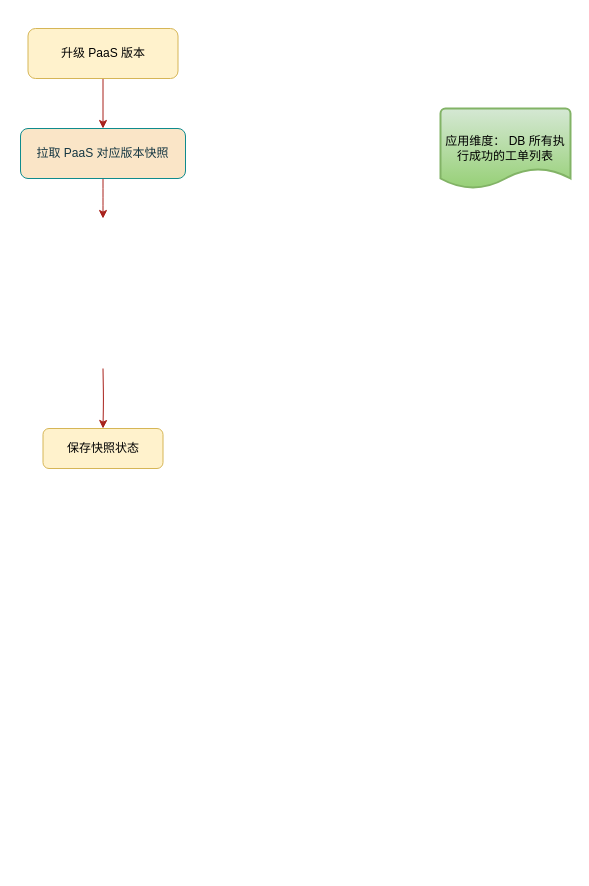
This is upgrade_paas_flow.drawio from Owenxh/docs, a draw.io file, before an edit. Source tidied: cells renumbered, new cells numbered last; positions are measured from the earlier drawing's top-left corner, leaving out a move shared by most shapes. Both pictures are drawn from the tidied source at 100%, with x=0, y=0 at pixel (20, 28).
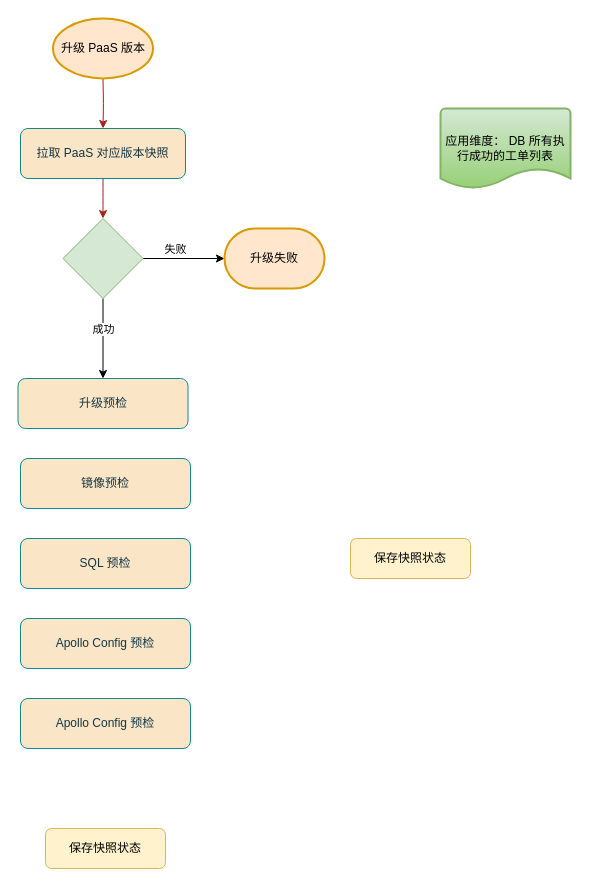
Above is the later version.

The change refers to these unchanged cells:
```xml
<mxCell id="4" value="拉取 PaaS 对应版本快照" style="rounded=1;whiteSpace=wrap;html=1;fontSize=12;glass=0;strokeWidth=1;shadow=0;fillColor=#FAE5C7;strokeColor=#0F8B8D;fontColor=#143642;" parent="1" vertex="1">
  <mxGeometry y="100" width="165" height="50" as="geometry" />
</mxCell>
```

The edit, as a diff of the source:
```diff
@@
     <mxCell id="2" value="保存快照状态" style="rounded=1;whiteSpace=wrap;html=1;fontSize=12;glass=0;strokeWidth=1;shadow=0;fillColor=#fff2cc;strokeColor=#d6b656;" parent="1" vertex="1">
-      <mxGeometry x="22.5" y="400" width="120" height="40" as="geometry" />
+      <mxGeometry x="25" y="800" width="120" height="40" as="geometry" />
     </mxCell>
@@
-    <mxCell id="5" style="edgeStyle=orthogonalEdgeStyle;curved=0;rounded=1;sketch=0;jettySize=auto;html=1;fontColor=#143642;strokeColor=#A8201A;fillColor=#FAE5C7;" parent="1" edge="1" target="2">
-      <mxGeometry relative="1" as="geometry">
-        <mxPoint x="82.5" y="340" as="sourcePoint" />
-      </mxGeometry>
-    </mxCell>
-    <mxCell id="6" style="edgeStyle=orthogonalEdgeStyle;curved=0;rounded=1;sketch=0;jettySize=auto;html=1;fontColor=#143642;strokeColor=#A8201A;fillColor=#FAE5C7;" parent="1" edge="1" source="7" target="4">
-      <mxGeometry relative="1" as="geometry" />
+    <mxCell id="6" style="edgeStyle=orthogonalEdgeStyle;curved=0;rounded=1;sketch=0;jettySize=auto;html=1;fontColor=#143642;strokeColor=#A8201A;fillColor=#FAE5C7;" parent="1" edge="1" target="4">
+      <mxGeometry relative="1" as="geometry">
+        <mxPoint x="82.5" y="50" as="sourcePoint" />
+      </mxGeometry>
     </mxCell>
+    <mxCell id="8" value="应用维度： DB 所有执行成功的工单列表" style="strokeWidth=2;html=1;shape=mxgraph.flowchart.document2;whiteSpace=wrap;size=0.25;rounded=0;sketch=0;fillColor=#d5e8d4;gradientColor=#97d077;strokeColor=#82b366;" parent="1" vertex="1">
+      <mxGeometry x="420" y="80" width="130" height="80" as="geometry" />
+    </mxCell>
+    <mxCell id="9" style="edgeStyle=orthogonalEdgeStyle;rounded=0;jettySize=auto;html=1;exitX=1;exitY=0.5;exitDx=0;exitDy=0;entryX=0;entryY=0.5;entryDx=0;entryDy=0;entryPerimeter=0;" parent="1" edge="1" source="13" target="14">
+      <mxGeometry relative="1" as="geometry" />
+    </mxCell>
+    <mxCell id="10" value="失败" style="edgeLabel;html=1;align=center;verticalAlign=middle;" parent="9" vertex="1">
+      <mxGeometry x="-0.23" y="-3" relative="1" as="geometry">
+        <mxPoint x="1" y="-13" as="offset" />
+      </mxGeometry>
+    </mxCell>
+    <mxCell id="11" style="edgeStyle=orthogonalEdgeStyle;rounded=0;jettySize=auto;html=1;" parent="1" edge="1" source="13" target="16">
+      <mxGeometry relative="1" as="geometry" />
+    </mxCell>
+    <mxCell id="12" value="成功" style="edgeLabel;html=1;align=center;verticalAlign=middle;" parent="11" vertex="1">
+      <mxGeometry x="0.09" y="-1" relative="1" as="geometry">
+        <mxPoint x="1" y="-14" as="offset" />
+      </mxGeometry>
+    </mxCell>
+    <mxCell id="13" style="rhombus;whiteSpace=wrap;html=1;fillColor=#d5e8d4;strokeColor=#82b366;" parent="1" vertex="1">
+      <mxGeometry x="42.5" y="190" width="80" height="80" as="geometry" />
+    </mxCell>
-    <mxCell id="7" value="升级 PaaS 版本" style="rounded=1;whiteSpace=wrap;html=1;fontSize=12;glass=0;strokeWidth=1;shadow=0;fillColor=#fff2cc;strokeColor=#d6b656;" parent="1" vertex="1">
-      <mxGeometry x="7.5" width="150" height="50" as="geometry" />
+    <mxCell id="7" value="升级 PaaS 版本" style="strokeWidth=2;html=1;shape=mxgraph.flowchart.start_1;whiteSpace=wrap;fillColor=#ffe6cc;strokeColor=#d79b00;" parent="1" vertex="1">
+      <mxGeometry x="32.5" y="-10" width="100" height="60" as="geometry" />
     </mxCell>
-    <mxCell id="8" value="应用维度： DB 所有执行成功的工单列表" style="strokeWidth=2;html=1;shape=mxgraph.flowchart.document2;whiteSpace=wrap;size=0.25;rounded=0;sketch=0;fillColor=#d5e8d4;gradientColor=#97d077;strokeColor=#82b366;" parent="1" vertex="1">
-      <mxGeometry x="420" y="80" width="130" height="80" as="geometry" />
-    </mxCell>
+    <mxCell id="14" value="升级失败" style="strokeWidth=2;html=1;shape=mxgraph.flowchart.terminator;whiteSpace=wrap;fillColor=#ffe6cc;strokeColor=#d79b00;" parent="1" vertex="1">
+      <mxGeometry x="204" y="200" width="100" height="60" as="geometry" />
+    </mxCell>
+    <mxCell id="15" value="保存快照状态" style="rounded=1;whiteSpace=wrap;html=1;fontSize=12;glass=0;strokeWidth=1;shadow=0;fillColor=#fff2cc;strokeColor=#d6b656;" parent="1" vertex="1">
+      <mxGeometry x="330" y="510" width="120" height="40" as="geometry" />
+    </mxCell>
+    <mxCell id="16" value="升级预检" style="rounded=1;whiteSpace=wrap;html=1;fontSize=12;glass=0;strokeWidth=1;shadow=0;fillColor=#FAE5C7;strokeColor=#0F8B8D;fontColor=#143642;" parent="1" vertex="1">
+      <mxGeometry x="-2.5" y="350" width="170" height="50" as="geometry" />
+    </mxCell>
+    <mxCell id="17" value="镜像预检" style="rounded=1;whiteSpace=wrap;html=1;fontSize=12;glass=0;strokeWidth=1;shadow=0;fillColor=#FAE5C7;strokeColor=#0F8B8D;fontColor=#143642;" parent="1" vertex="1">
+      <mxGeometry y="430" width="170" height="50" as="geometry" />
+    </mxCell>
+    <mxCell id="18" value="SQL 预检" style="rounded=1;whiteSpace=wrap;html=1;fontSize=12;glass=0;strokeWidth=1;shadow=0;fillColor=#FAE5C7;strokeColor=#0F8B8D;fontColor=#143642;" parent="1" vertex="1">
+      <mxGeometry y="510" width="170" height="50" as="geometry" />
+    </mxCell>
+    <mxCell id="19" value="Apollo Config 预检" style="rounded=1;whiteSpace=wrap;html=1;fontSize=12;glass=0;strokeWidth=1;shadow=0;fillColor=#FAE5C7;strokeColor=#0F8B8D;fontColor=#143642;" parent="1" vertex="1">
+      <mxGeometry y="590" width="170" height="50" as="geometry" />
+    </mxCell>
+    <mxCell id="20" value="Apollo Config 预检" style="rounded=1;whiteSpace=wrap;html=1;fontSize=12;glass=0;strokeWidth=1;shadow=0;fillColor=#FAE5C7;strokeColor=#0F8B8D;fontColor=#143642;" parent="1" vertex="1">
+      <mxGeometry y="670" width="170" height="50" as="geometry" />
+    </mxCell>
```
